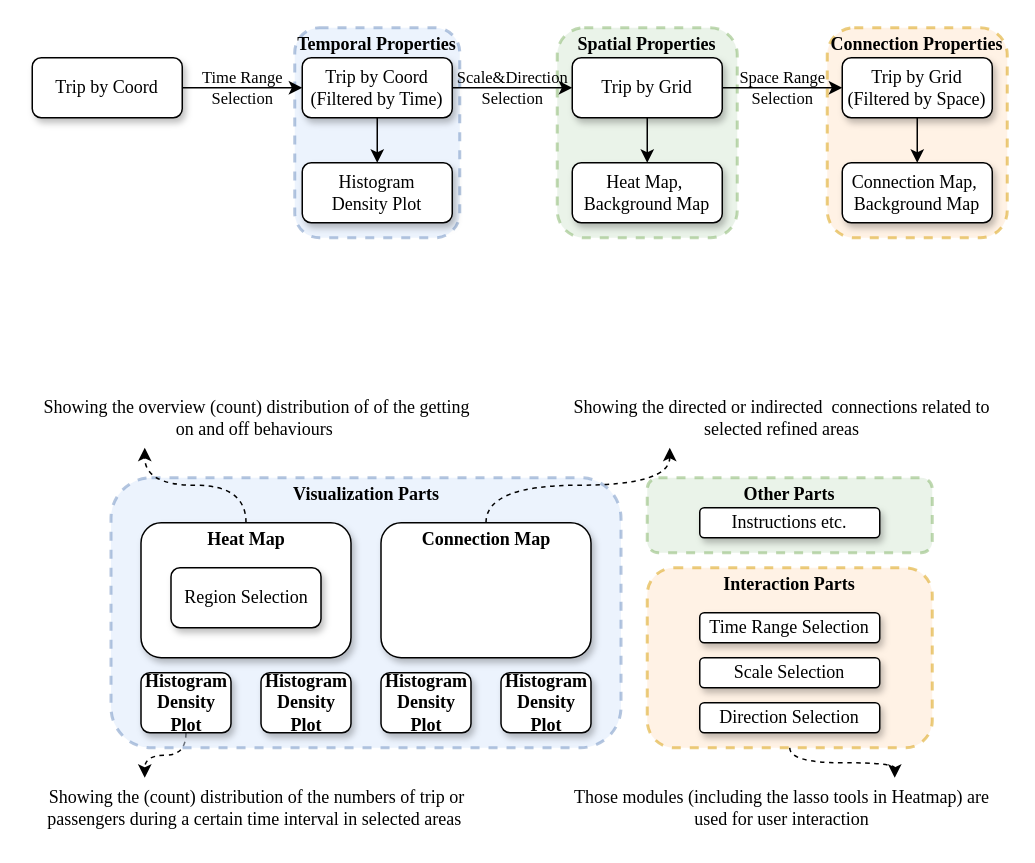
GongSicong/DataVisualization keeps this draw.io diagram as Visualization.drawio. Above is the earlier version. Source tidied: cells renumbered, new cells numbered last; positions are measured from the earlier drawing's top-left corner, leaving out a move shared by most shapes. Both pictures are drawn from the tidied source at 150%, with x=0, y=0 at pixel (32, 27).
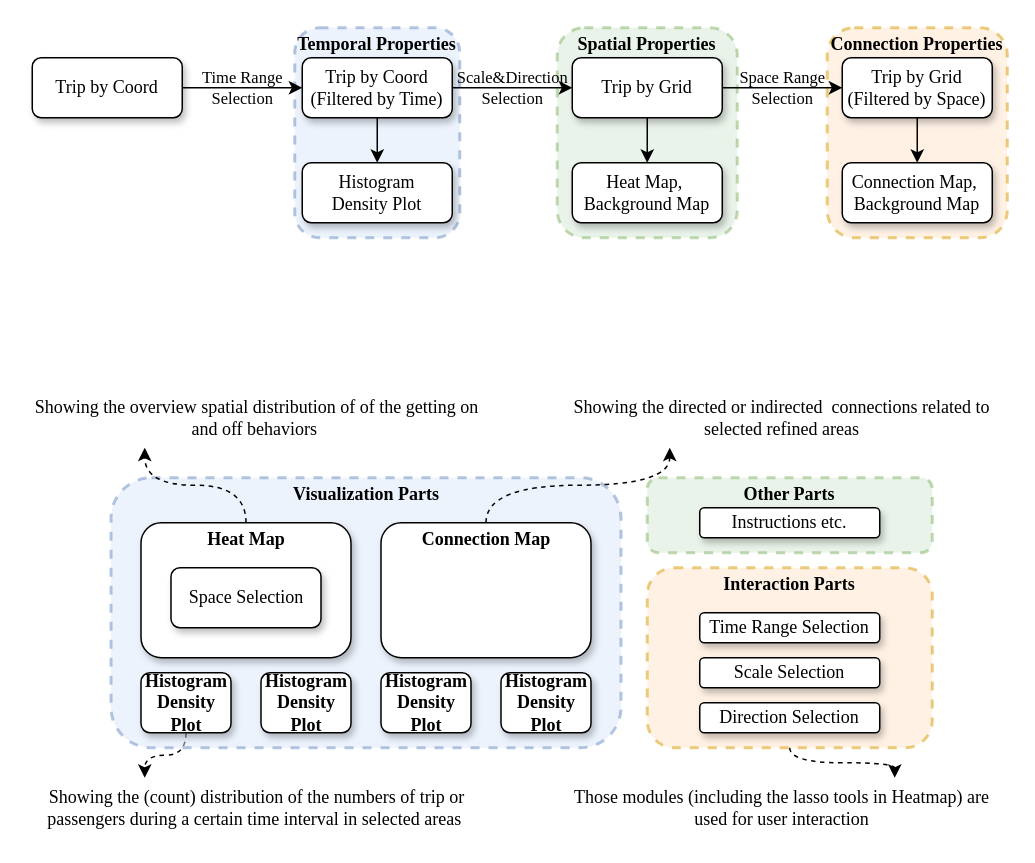
After the change.

What changed in the source:
```diff
@@
-    <mxCell id="11" value="Region Selection" style="rounded=1;whiteSpace=wrap;html=1;shadow=1;fontFamily=Times New Roman;" parent="1" vertex="1">
+    <mxCell id="11" value="Space Selection" style="rounded=1;whiteSpace=wrap;html=1;shadow=1;fontFamily=Times New Roman;" parent="1" vertex="1">
       <mxGeometry x="92.5" y="360" width="100" height="40" as="geometry" />
     </mxCell>
@@
-    <mxCell id="20" value="Showing the overview (count) distribution of of the getting on and off behaviours&amp;nbsp;" style="text;html=1;strokeColor=none;fillColor=none;align=center;verticalAlign=middle;whiteSpace=wrap;rounded=0;fontFamily=Times New Roman;" parent="1" vertex="1">
+    <mxCell id="20" value="Showing the overview spatial distribution of of the getting on and off behaviors&amp;nbsp;" style="text;html=1;strokeColor=none;fillColor=none;align=center;verticalAlign=middle;whiteSpace=wrap;rounded=0;fontFamily=Times New Roman;" parent="1" vertex="1">
       <mxGeometry y="240" width="300" height="40" as="geometry" />
     </mxCell>
```
